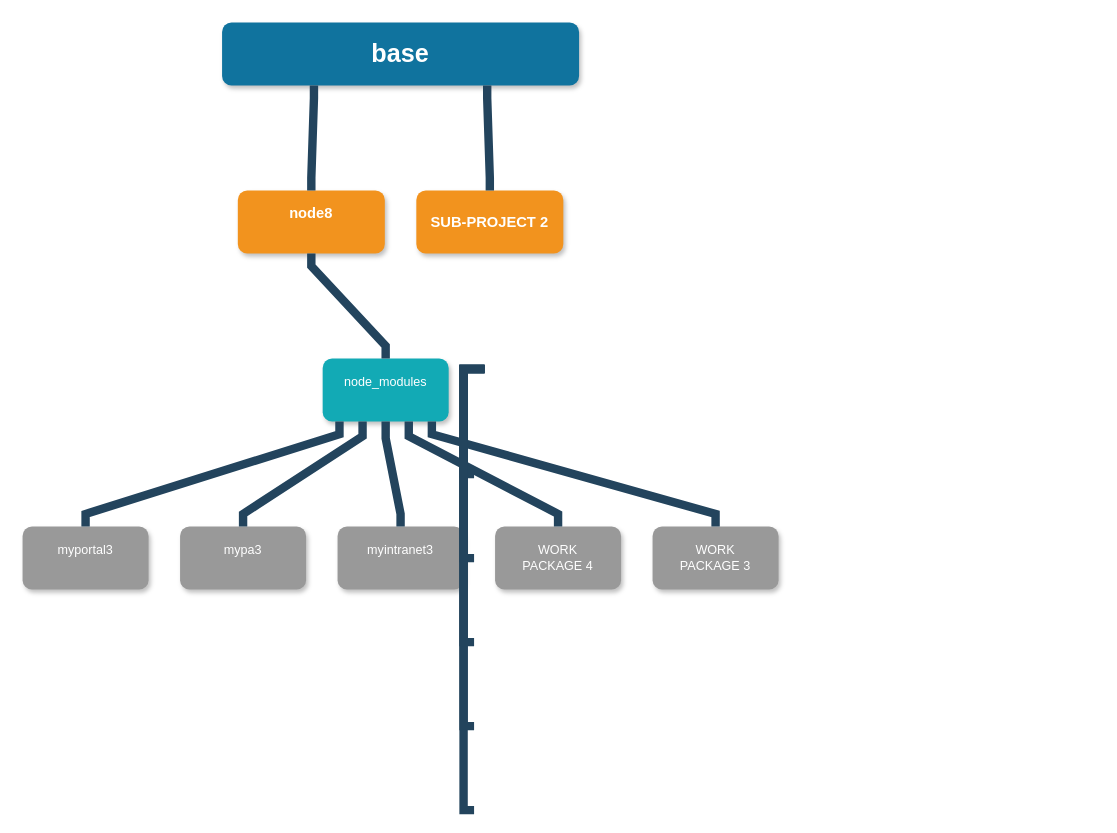
Earlier version of the draw.io diagram Untitled Diagram.drawio (andpra70/drawings). Source tidied: cells renumbered, new cells numbered last; positions are measured from the earlier drawing's top-left corner, leaving out a move shared by most shapes. Both pictures are drawn from the tidied source at 105%, with x=0, y=0 at pixel (22, 22).
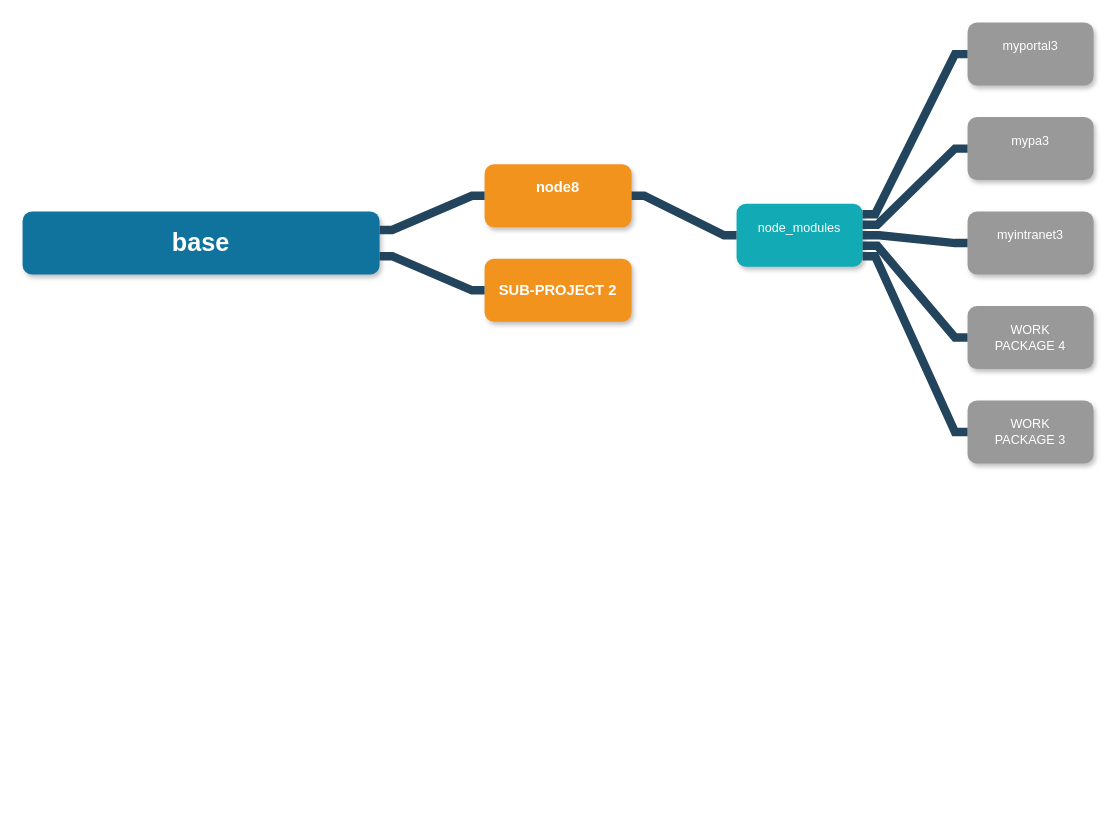
Above is the later version.

Change to the diagram source:
```diff
@@
     <mxCell id="2" value="base" style="whiteSpace=wrap;rounded=1;shadow=1;fillColor=#10739E;strokeColor=none;fontColor=#FFFFFF;fontStyle=1;fontSize=24;" parent="1" vertex="1">
-      <mxGeometry x="190" width="340" height="60" as="geometry" />
+      <mxGeometry y="180" width="340" height="60" as="geometry" />
     </mxCell>
     <mxCell id="3" value="node8&#10;" style="whiteSpace=wrap;rounded=1;fillColor=#F2931E;strokeColor=none;shadow=1;fontColor=#FFFFFF;fontStyle=1;fontSize=14;" parent="1" vertex="1">
-      <mxGeometry x="205" y="160" width="140" height="60" as="geometry" />
+      <mxGeometry x="440" y="135" width="140" height="60" as="geometry" />
     </mxCell>
     <mxCell id="4" value="SUB-PROJECT 2" style="whiteSpace=wrap;rounded=1;fillColor=#F2931E;strokeColor=none;shadow=1;fontColor=#FFFFFF;fontStyle=1;fontSize=14;" parent="1" vertex="1">
-      <mxGeometry x="375" y="160" width="140" height="60" as="geometry" />
+      <mxGeometry x="440" y="225" width="140" height="60" as="geometry" />
     </mxCell>
     <mxCell id="5" value="node_modules&#10;" style="whiteSpace=wrap;rounded=1;fillColor=#12AAB5;strokeColor=none;shadow=1;fontColor=#FFFFFF;" parent="1" vertex="1">
-      <mxGeometry x="285.8" y="320" width="120" height="60" as="geometry" />
+      <mxGeometry x="680" y="172.5" width="120" height="60" as="geometry" />
     </mxCell>
     <mxCell id="6" value="myportal3&#10;" style="whiteSpace=wrap;rounded=1;fillColor=#999999;strokeColor=none;shadow=1;fontColor=#FFFFFF;fontStyle=0;" parent="1" vertex="1">
-      <mxGeometry y="480" width="120" height="60" as="geometry" />
+      <mxGeometry x="900" width="120" height="60" as="geometry" />
     </mxCell>
     <mxCell id="7" value="mypa3&#10;" style="whiteSpace=wrap;rounded=1;fillColor=#999999;strokeColor=none;shadow=1;fontColor=#FFFFFF;fontStyle=0;" parent="1" vertex="1">
-      <mxGeometry x="150" y="480" width="120" height="60" as="geometry" />
+      <mxGeometry x="900" y="90" width="120" height="60" as="geometry" />
     </mxCell>
     <mxCell id="8" value="WORK&#10;PACKAGE 3" style="whiteSpace=wrap;rounded=1;fillColor=#999999;strokeColor=none;shadow=1;fontColor=#FFFFFF;fontStyle=0;" parent="1" vertex="1">
-      <mxGeometry x="600" y="480" width="120" height="60" as="geometry" />
+      <mxGeometry x="900" y="360" width="120" height="60" as="geometry" />
     </mxCell>
     <mxCell id="9" value="WORK&#10;PACKAGE 4" style="whiteSpace=wrap;rounded=1;fillColor=#999999;strokeColor=none;shadow=1;fontColor=#FFFFFF;fontStyle=0;" parent="1" vertex="1">
-      <mxGeometry x="450" y="480" width="120" height="60" as="geometry" />
+      <mxGeometry x="900" y="270" width="120" height="60" as="geometry" />
     </mxCell>
     <mxCell id="10" value="myintranet3&#10;" style="whiteSpace=wrap;rounded=1;fillColor=#999999;strokeColor=none;shadow=1;fontColor=#FFFFFF;fontStyle=0;" parent="1" vertex="1">
-      <mxGeometry x="300" y="480" width="120" height="60" as="geometry" />
+      <mxGeometry x="900" y="180" width="120" height="60" as="geometry" />
     </mxCell>
     <mxCell id="11" style="edgeStyle=elbowEdgeStyle;elbow=vertical;rounded=0;fontColor=#000000;endArrow=none;endFill=0;strokeWidth=8;strokeColor=#23445D;noEdgeStyle=1;orthogonal=1;" parent="1" edge="1" source="3" target="5">
       <mxGeometry relative="1" as="geometry">
         <Array as="points">
-          <mxPoint x="275" y="232" />
-          <mxPoint x="345.8" y="308" />
+          <mxPoint x="592" y="165" />
+          <mxPoint x="668" y="202.5" />
         </Array>
       </mxGeometry>
     </mxCell>
     <mxCell id="12" style="edgeStyle=elbowEdgeStyle;elbow=horizontal;rounded=0;fontColor=#000000;endArrow=none;endFill=0;strokeWidth=8;strokeColor=#23445D;noEdgeStyle=1;orthogonal=1;" parent="1" edge="1" source="5" target="6">
       <mxGeometry relative="1" as="geometry">
         <Array as="points">
-          <mxPoint x="301.8" y="392" />
-          <mxPoint x="60" y="468" />
+          <mxPoint x="812" y="182.5" />
+          <mxPoint x="888" y="30" />
         </Array>
       </mxGeometry>
     </mxCell>
     <mxCell id="13" style="edgeStyle=elbowEdgeStyle;elbow=horizontal;rounded=0;fontColor=#000000;endArrow=none;endFill=0;strokeWidth=8;strokeColor=#23445D;noEdgeStyle=1;orthogonal=1;" parent="1" edge="1" source="5" target="7">
       <mxGeometry relative="1" as="geometry">
         <Array as="points">
-          <mxPoint x="323.8" y="394" />
-          <mxPoint x="210" y="468" />
+          <mxPoint x="814" y="192.5" />
+          <mxPoint x="888" y="120" />
         </Array>
       </mxGeometry>
     </mxCell>
     <mxCell id="14" style="edgeStyle=elbowEdgeStyle;elbow=horizontal;rounded=0;fontColor=#000000;endArrow=none;endFill=0;strokeWidth=8;strokeColor=#23445D;noEdgeStyle=1;orthogonal=1;" parent="1" edge="1" source="5" target="10">
       <mxGeometry relative="1" as="geometry">
         <Array as="points">
-          <mxPoint x="345.8" y="396" />
-          <mxPoint x="360" y="468" />
+          <mxPoint x="816" y="202.5" />
+          <mxPoint x="888" y="210" />
         </Array>
       </mxGeometry>
     </mxCell>
     <mxCell id="15" style="edgeStyle=elbowEdgeStyle;elbow=horizontal;rounded=0;fontColor=#000000;endArrow=none;endFill=0;strokeWidth=8;strokeColor=#23445D;noEdgeStyle=1;orthogonal=1;" parent="1" edge="1" source="5" target="9">
       <mxGeometry relative="1" as="geometry">
         <Array as="points">
-          <mxPoint x="367.8" y="394" />
-          <mxPoint x="510" y="468" />
+          <mxPoint x="814" y="212.5" />
+          <mxPoint x="888" y="300" />
         </Array>
       </mxGeometry>
     </mxCell>
     <mxCell id="16" style="edgeStyle=elbowEdgeStyle;elbow=horizontal;rounded=0;fontColor=#000000;endArrow=none;endFill=0;strokeWidth=8;strokeColor=#23445D;noEdgeStyle=1;orthogonal=1;" parent="1" edge="1" source="5" target="8">
       <mxGeometry relative="1" as="geometry">
         <Array as="points">
-          <mxPoint x="389.8" y="392" />
-          <mxPoint x="660" y="468" />
+          <mxPoint x="812" y="222.5" />
+          <mxPoint x="888" y="390" />
         </Array>
       </mxGeometry>
     </mxCell>
-    <mxCell id="17" style="edgeStyle=elbowEdgeStyle;elbow=horizontal;rounded=0;fontColor=#000000;endArrow=none;endFill=0;strokeWidth=8;strokeColor=#23445D;" parent="1" edge="1">
-      <mxGeometry relative="1" as="geometry">
-        <mxPoint x="440" y="330" as="sourcePoint" />
-        <mxPoint x="430" y="430" as="targetPoint" />
-        <Array as="points">
-          <mxPoint x="420" y="380" />
-        </Array>
-      </mxGeometry>
-    </mxCell>
-    <mxCell id="18" style="edgeStyle=elbowEdgeStyle;elbow=horizontal;rounded=0;fontColor=#000000;endArrow=none;endFill=0;strokeWidth=8;strokeColor=#23445D;" parent="1" edge="1">
-      <mxGeometry relative="1" as="geometry">
-        <mxPoint x="440" y="330" as="sourcePoint" />
-        <mxPoint x="430" y="510" as="targetPoint" />
-        <Array as="points">
-          <mxPoint x="420" y="420" />
-        </Array>
-      </mxGeometry>
-    </mxCell>
-    <mxCell id="19" style="edgeStyle=elbowEdgeStyle;elbow=horizontal;rounded=0;fontColor=#000000;endArrow=none;endFill=0;strokeWidth=8;strokeColor=#23445D;" parent="1" edge="1">
-      <mxGeometry relative="1" as="geometry">
-        <mxPoint x="440" y="330" as="sourcePoint" />
-        <mxPoint x="430" y="750" as="targetPoint" />
-        <Array as="points">
-          <mxPoint x="420" y="550" />
-        </Array>
-      </mxGeometry>
-    </mxCell>
-    <mxCell id="20" style="edgeStyle=elbowEdgeStyle;elbow=horizontal;rounded=0;fontColor=#000000;endArrow=none;endFill=0;strokeWidth=8;strokeColor=#23445D;" parent="1" edge="1">
-      <mxGeometry relative="1" as="geometry">
-        <mxPoint x="440" y="330" as="sourcePoint" />
-        <mxPoint x="430" y="670" as="targetPoint" />
-        <Array as="points">
-          <mxPoint x="420" y="500" />
-        </Array>
-      </mxGeometry>
-    </mxCell>
-    <mxCell id="21" style="edgeStyle=elbowEdgeStyle;elbow=horizontal;rounded=0;fontColor=#000000;endArrow=none;endFill=0;strokeWidth=8;strokeColor=#23445D;" parent="1" edge="1">
-      <mxGeometry relative="1" as="geometry">
-        <mxPoint x="440" y="330" as="sourcePoint" />
-        <mxPoint x="430" y="590" as="targetPoint" />
-        <Array as="points">
-          <mxPoint x="420" y="470" />
-        </Array>
-      </mxGeometry>
-    </mxCell>
     <mxCell id="22" style="edgeStyle=elbowEdgeStyle;elbow=vertical;rounded=0;fontColor=#000000;endArrow=none;endFill=0;strokeWidth=8;strokeColor=#23445D;noEdgeStyle=1;orthogonal=1;" parent="1" edge="1" source="2" target="3">
       <mxGeometry relative="1" as="geometry">
         <Array as="points">
-          <mxPoint x="277.5" y="72" />
-          <mxPoint x="275" y="148" />
+          <mxPoint x="352" y="197.5" />
+          <mxPoint x="428" y="165" />
         </Array>
       </mxGeometry>
     </mxCell>
     <mxCell id="23" style="edgeStyle=elbowEdgeStyle;elbow=vertical;rounded=0;fontColor=#000000;endArrow=none;endFill=0;strokeWidth=8;strokeColor=#23445D;noEdgeStyle=1;orthogonal=1;" parent="1" edge="1" source="2" target="4">
       <mxGeometry relative="1" as="geometry">
         <Array as="points">
-          <mxPoint x="442.5" y="72" />
-          <mxPoint x="445" y="148" />
+          <mxPoint x="352" y="222.5" />
+          <mxPoint x="428" y="255" />
         </Array>
       </mxGeometry>
     </mxCell>
```
